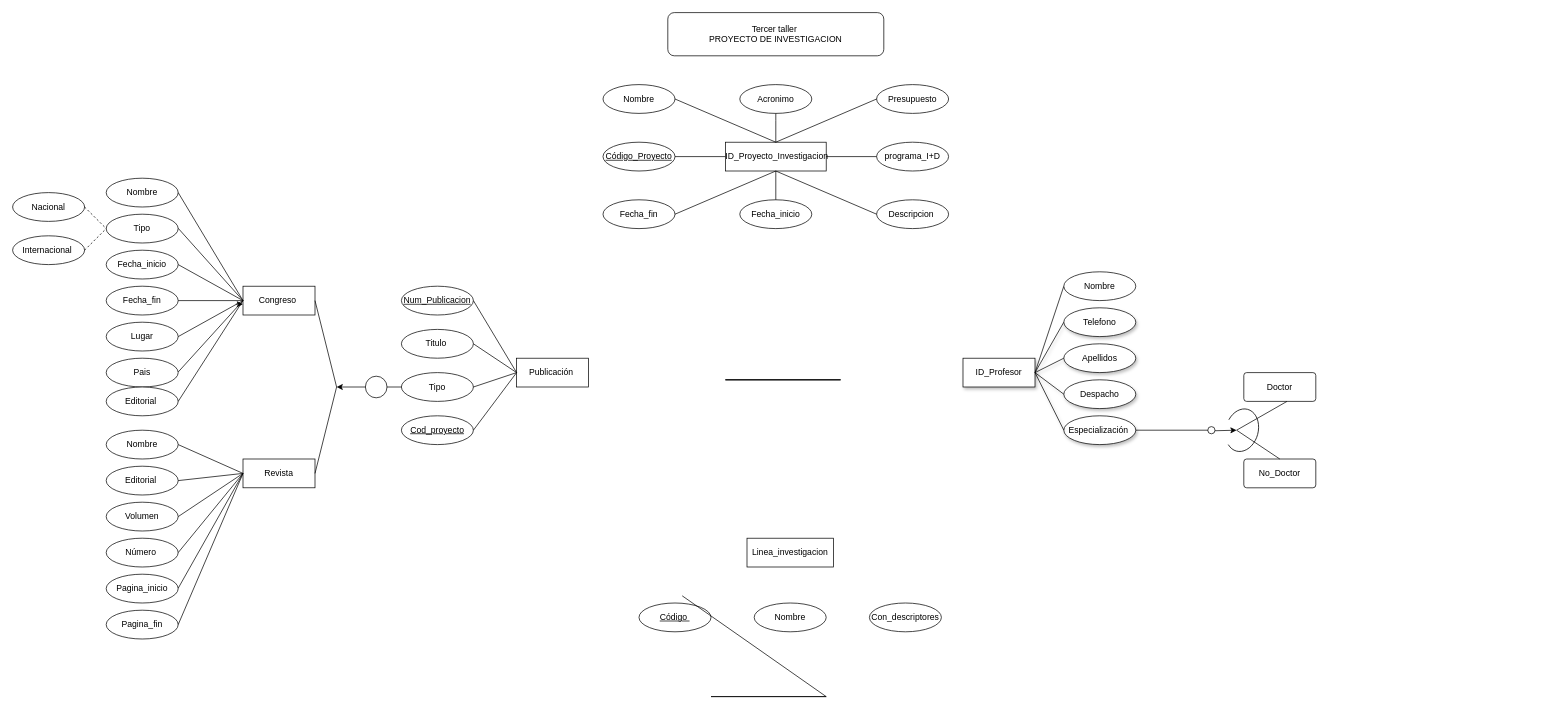
Above: requisitos de sofware/Taller3.drawio in TatianaDaza/uni (draw.io), before the change. Source tidied: cells renumbered, new cells numbered last; positions are measured from the earlier drawing's top-left corner, leaving out a move shared by most shapes. Both pictures are drawn from the tidied source at 72%, with x=0, y=0 at pixel (12, 12).
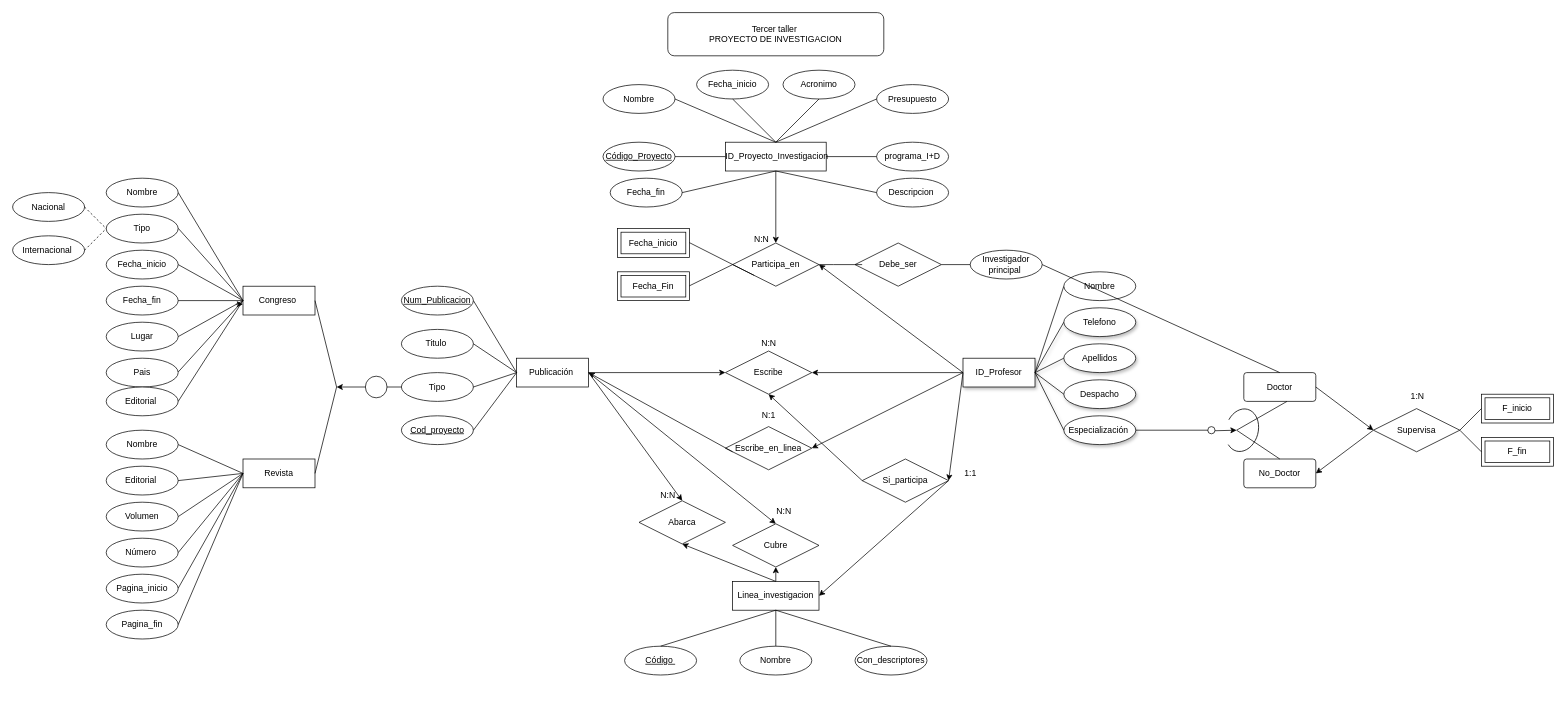
Above is the later version.

The change refers to these unchanged cells:
```xml
<mxCell id="4" value="&amp;nbsp;ID_Proyecto_Investigacion" style="whiteSpace=wrap;html=1;align=center;" parent="1" vertex="1">
  <mxGeometry x="990" y="180" width="140" height="40" as="geometry" />
</mxCell>
<mxCell id="21" value="ID_Profesor" style="whiteSpace=wrap;html=1;align=center;shadow=1;" parent="1" vertex="1">
  <mxGeometry x="1320" y="480" width="100" height="40" as="geometry" />
</mxCell>
<mxCell id="30" value="Publicación&amp;nbsp;" style="whiteSpace=wrap;html=1;align=center;" parent="1" vertex="1">
  <mxGeometry x="700" y="480" width="100" height="40" as="geometry" />
</mxCell>
<mxCell id="42" value="Doctor" style="rounded=1;arcSize=10;whiteSpace=wrap;html=1;align=center;" parent="1" vertex="1">
  <mxGeometry x="1710" y="500" width="100" height="40" as="geometry" />
</mxCell>
<mxCell id="43" value="No_Doctor" style="rounded=1;arcSize=10;whiteSpace=wrap;html=1;align=center;" parent="1" vertex="1">
  <mxGeometry x="1710" y="620" width="100" height="40" as="geometry" />
</mxCell>
```

Change to the diagram source:
```diff
@@
     <mxCell id="6" value="Fecha_inicio" style="ellipse;whiteSpace=wrap;html=1;align=center;" parent="1" vertex="1">
-      <mxGeometry x="1010" y="260" width="100" height="40" as="geometry" />
+      <mxGeometry x="950" y="80" width="100" height="40" as="geometry" />
     </mxCell>
     <mxCell id="7" value="Fecha_fin" style="ellipse;whiteSpace=wrap;html=1;align=center;" parent="1" vertex="1">
-      <mxGeometry x="820" y="260" width="100" height="40" as="geometry" />
+      <mxGeometry x="830" y="230" width="100" height="40" as="geometry" />
     </mxCell>
@@
     <mxCell id="9" value="Acronimo" style="ellipse;whiteSpace=wrap;html=1;align=center;" parent="1" vertex="1">
-      <mxGeometry x="1010" y="100" width="100" height="40" as="geometry" />
+      <mxGeometry x="1070" y="80" width="100" height="40" as="geometry" />
     </mxCell>
@@
     <mxCell id="12" value="Descripcion&amp;nbsp;" style="ellipse;whiteSpace=wrap;html=1;align=center;" parent="1" vertex="1">
-      <mxGeometry x="1200" y="260" width="100" height="40" as="geometry" />
+      <mxGeometry x="1200" y="230" width="100" height="40" as="geometry" />
     </mxCell>
@@
-    <mxCell id="15" style="endArrow=none;html=1;rounded=0;entryX=0.5;entryY=1;entryDx=0;entryDy=0;" parent="1" edge="1" source="4" target="9">
-      <mxGeometry relative="1" as="geometry">
-        <Array as="points">
-          <mxPoint x="1060" y="150" />
-        </Array>
-      </mxGeometry>
-    </mxCell>
@@
-    <mxCell id="20" style="endArrow=none;html=1;rounded=0;entryX=0.5;entryY=0;entryDx=0;entryDy=0;" parent="1" edge="1" source="4" target="6">
-      <mxGeometry relative="1" as="geometry" />
-    </mxCell>
@@
-    <mxCell id="36" style="endArrow=none;html=1;rounded=0;" parent="1" edge="1">
-      <mxGeometry relative="1" as="geometry">
-        <mxPoint x="990" y="510" as="sourcePoint" />
-        <mxPoint x="1150" y="510" as="targetPoint" />
-      </mxGeometry>
-    </mxCell>
-    <mxCell id="37" style="endArrow=none;html=1;rounded=0;" parent="1" edge="1">
-      <mxGeometry relative="1" as="geometry">
-        <mxPoint x="990" y="510" as="sourcePoint" />
-        <mxPoint x="1150" y="510" as="targetPoint" />
-      </mxGeometry>
-    </mxCell>
-    <mxCell id="38" style="endArrow=none;html=1;rounded=0;" parent="1" edge="1">
-      <mxGeometry relative="1" as="geometry">
-        <mxPoint x="990" y="510" as="sourcePoint" />
-        <mxPoint x="1150" y="510" as="targetPoint" />
-      </mxGeometry>
-    </mxCell>
@@
     <mxCell id="90" value="Linea_investigacion" style="whiteSpace=wrap;html=1;align=center;" parent="1" vertex="1">
-      <mxGeometry x="1020" y="730" width="120" height="40" as="geometry" />
+      <mxGeometry x="1000" y="790" width="120" height="40" as="geometry" />
     </mxCell>
     <mxCell id="91" value="Con_descriptores" style="ellipse;whiteSpace=wrap;html=1;align=center;" parent="1" vertex="1">
-      <mxGeometry x="1190" y="820" width="100" height="40" as="geometry" />
+      <mxGeometry x="1170" y="880" width="100" height="40" as="geometry" />
     </mxCell>
     <mxCell id="92" value="Nombre" style="ellipse;whiteSpace=wrap;html=1;align=center;" parent="1" vertex="1">
-      <mxGeometry x="1030" y="820" width="100" height="40" as="geometry" />
+      <mxGeometry x="1010" y="880" width="100" height="40" as="geometry" />
     </mxCell>
     <mxCell id="93" value="&lt;u&gt;Código&amp;nbsp;&lt;/u&gt;" style="ellipse;whiteSpace=wrap;html=1;align=center;" parent="1" vertex="1">
-      <mxGeometry x="870" y="820" width="100" height="40" as="geometry" />
+      <mxGeometry x="850" y="880" width="100" height="40" as="geometry" />
     </mxCell>
-    <mxCell id="94" style="endArrow=none;html=1;rounded=0;" parent="1" edge="1">
+    <mxCell id="94" style="endArrow=none;html=1;rounded=0;entryX=0.5;entryY=0;entryDx=0;entryDy=0;" parent="1" edge="1" target="92">
       <mxGeometry relative="1" as="geometry">
-        <mxPoint x="970" y="950" as="sourcePoint" />
-        <mxPoint x="1130" y="950" as="targetPoint" />
+        <mxPoint x="1060" y="830" as="sourcePoint" />
       </mxGeometry>
     </mxCell>
-    <mxCell id="95" style="endArrow=none;html=1;rounded=0;" parent="1" edge="1">
+    <mxCell id="95" style="endArrow=none;html=1;rounded=0;entryX=0.5;entryY=0;entryDx=0;entryDy=0;" parent="1" edge="1" target="91">
       <mxGeometry relative="1" as="geometry">
-        <mxPoint x="970" y="950" as="sourcePoint" />
-        <mxPoint x="1130" y="950" as="targetPoint" />
+        <mxPoint x="1060" y="830" as="sourcePoint" />
       </mxGeometry>
     </mxCell>
-    <mxCell id="96" style="endArrow=none;html=1;rounded=0;" parent="1" edge="1">
-      <mxGeometry relative="1" as="geometry">
-        <mxPoint x="930" y="810" as="sourcePoint" />
-        <mxPoint x="1130" y="950" as="targetPoint" />
-      </mxGeometry>
+    <mxCell id="96" style="endArrow=none;html=1;rounded=0;exitX=0.5;exitY=0;exitDx=0;exitDy=0;entryX=0.5;entryY=1;entryDx=0;entryDy=0;" parent="1" edge="1" source="93" target="90">
+      <mxGeometry relative="1" as="geometry" />
     </mxCell>
+    <mxCell id="97" value="Supervisa" style="shape=rhombus;perimeter=rhombusPerimeter;whiteSpace=wrap;html=1;align=center;" parent="1" vertex="1">
+      <mxGeometry x="1890" y="550" width="120" height="60" as="geometry" />
+    </mxCell>
+    <mxCell id="98" value="Escribe" style="shape=rhombus;perimeter=rhombusPerimeter;whiteSpace=wrap;html=1;align=center;" parent="1" vertex="1">
+      <mxGeometry x="990" y="470" width="120" height="60" as="geometry" />
+    </mxCell>
+    <mxCell id="99" value="Participa_en" style="shape=rhombus;perimeter=rhombusPerimeter;whiteSpace=wrap;html=1;align=center;" parent="1" vertex="1">
+      <mxGeometry x="1000" y="320" width="120" height="60" as="geometry" />
+    </mxCell>
+    <mxCell id="100" value="Cubre" style="shape=rhombus;perimeter=rhombusPerimeter;whiteSpace=wrap;html=1;align=center;" parent="1" vertex="1">
+      <mxGeometry x="1000" y="710" width="120" height="60" as="geometry" />
+    </mxCell>
+    <mxCell id="101" value="Escribe_en_linea" style="shape=rhombus;perimeter=rhombusPerimeter;whiteSpace=wrap;html=1;align=center;" parent="1" vertex="1">
+      <mxGeometry x="990" y="575" width="120" height="60" as="geometry" />
+    </mxCell>
+    <mxCell id="102" value="Si_participa" style="shape=rhombus;perimeter=rhombusPerimeter;whiteSpace=wrap;html=1;align=center;" parent="1" vertex="1">
+      <mxGeometry x="1180" y="620" width="120" height="60" as="geometry" />
+    </mxCell>
+    <mxCell id="103" style="endArrow=classic;html=1;rounded=0;exitX=0;exitY=0.5;exitDx=0;exitDy=0;entryX=1;entryY=0.5;entryDx=0;entryDy=0;" parent="1" edge="1" source="21" target="99">
+      <mxGeometry relative="1" as="geometry" />
+    </mxCell>
+    <mxCell id="104" style="endArrow=classic;html=1;rounded=0;" parent="1" edge="1">
+      <mxGeometry relative="1" as="geometry">
+        <mxPoint x="1060" y="220" as="sourcePoint" />
+        <mxPoint x="1060" y="320" as="targetPoint" />
+      </mxGeometry>
+    </mxCell>
+    <mxCell id="105" value="N:N" style="text;html=1;align=center;verticalAlign=middle;strokeColor=none;fillColor=none;" parent="1" vertex="1">
+      <mxGeometry x="1020" y="300" width="40" height="30" as="geometry" />
+    </mxCell>
+    <mxCell id="106" style="endArrow=none;html=1;rounded=0;exitX=0.5;exitY=1;exitDx=0;exitDy=0;" parent="1" edge="1" source="6">
+      <mxGeometry relative="1" as="geometry">
+        <mxPoint x="1060" y="180" as="targetPoint" />
+      </mxGeometry>
+    </mxCell>
+    <mxCell id="107" style="endArrow=none;html=1;rounded=0;entryX=0.5;entryY=1;entryDx=0;entryDy=0;entryPerimeter=0;" parent="1" edge="1" target="9">
+      <mxGeometry relative="1" as="geometry">
+        <mxPoint x="1060" y="180" as="sourcePoint" />
+      </mxGeometry>
+    </mxCell>
+    <mxCell id="108" value="Fecha_inicio" style="shape=ext;margin=3;double=1;whiteSpace=wrap;html=1;align=center;" parent="1" vertex="1">
+      <mxGeometry x="840" y="300" width="100" height="40" as="geometry" />
+    </mxCell>
+    <mxCell id="109" value="Fecha_Fin" style="shape=ext;margin=3;double=1;whiteSpace=wrap;html=1;align=center;" parent="1" vertex="1">
+      <mxGeometry x="840" y="360" width="100" height="40" as="geometry" />
+    </mxCell>
+    <mxCell id="110" style="endArrow=none;html=1;rounded=0;entryX=0;entryY=0.5;entryDx=0;entryDy=0;" parent="1" edge="1" target="99">
+      <mxGeometry relative="1" as="geometry">
+        <mxPoint x="940" y="379.5" as="sourcePoint" />
+      </mxGeometry>
+    </mxCell>
+    <mxCell id="111" style="endArrow=none;html=1;rounded=0;entryX=0;entryY=1;entryDx=0;entryDy=0;" parent="1" edge="1" target="99">
+      <mxGeometry relative="1" as="geometry">
+        <mxPoint x="940" y="319.5" as="sourcePoint" />
+      </mxGeometry>
+    </mxCell>
+    <mxCell id="112" value="Investigador principal&amp;nbsp;" style="ellipse;whiteSpace=wrap;html=1;align=center;" parent="1" vertex="1">
+      <mxGeometry x="1330" y="330" width="100" height="40" as="geometry" />
+    </mxCell>
+    <mxCell id="113" value="&lt;font style=&quot;color: light-dark(rgb(0, 0, 0), rgb(255, 0, 0));&quot;&gt;Debe_ser&lt;/font&gt;" style="shape=rhombus;perimeter=rhombusPerimeter;whiteSpace=wrap;html=1;align=center;fillColor=light-dark(#FFFFFF,#FFFFFF);" parent="1" vertex="1">
+      <mxGeometry x="1170" y="320" width="120" height="60" as="geometry" />
+    </mxCell>
+    <mxCell id="114" style="endArrow=none;html=1;rounded=0;entryX=0.083;entryY=0.5;entryDx=0;entryDy=0;entryPerimeter=0;" parent="1" edge="1" target="113">
+      <mxGeometry relative="1" as="geometry">
+        <mxPoint x="1120" y="350" as="sourcePoint" />
+        <Array as="points">
+          <mxPoint x="1140" y="350" />
+        </Array>
+      </mxGeometry>
+    </mxCell>
+    <mxCell id="115" style="endArrow=none;html=1;rounded=0;exitX=1;exitY=0.5;exitDx=0;exitDy=0;" parent="1" edge="1" source="113" target="112">
+      <mxGeometry relative="1" as="geometry" />
+    </mxCell>
+    <mxCell id="116" style="endArrow=none;html=1;rounded=0;entryX=0.5;entryY=0;entryDx=0;entryDy=0;exitX=1;exitY=0.5;exitDx=0;exitDy=0;" parent="1" edge="1" source="112" target="42">
+      <mxGeometry relative="1" as="geometry" />
+    </mxCell>
+    <mxCell id="117" style="endArrow=classic;html=1;rounded=0;entryX=1;entryY=0.5;entryDx=0;entryDy=0;" parent="1" edge="1" target="43">
+      <mxGeometry relative="1" as="geometry">
+        <mxPoint x="1890" y="580" as="sourcePoint" />
+      </mxGeometry>
+    </mxCell>
+    <mxCell id="118" style="endArrow=classic;html=1;rounded=0;exitX=1;exitY=0.5;exitDx=0;exitDy=0;entryX=0;entryY=0.5;entryDx=0;entryDy=0;" parent="1" edge="1" source="42" target="97">
+      <mxGeometry relative="1" as="geometry" />
+    </mxCell>
+    <mxCell id="119" value="1:N" style="text;html=1;align=center;verticalAlign=middle;strokeColor=none;fillColor=none;" parent="1" vertex="1">
+      <mxGeometry x="1931" y="518" width="40" height="30" as="geometry" />
+    </mxCell>
+    <mxCell id="120" value="F_fin" style="shape=ext;margin=3;double=1;whiteSpace=wrap;html=1;align=center;" parent="1" vertex="1">
+      <mxGeometry x="2040" y="590" width="100" height="40" as="geometry" />
+    </mxCell>
+    <mxCell id="121" value="F_inicio" style="shape=ext;margin=3;double=1;whiteSpace=wrap;html=1;align=center;" parent="1" vertex="1">
+      <mxGeometry x="2040" y="530" width="100" height="40" as="geometry" />
+    </mxCell>
+    <mxCell id="122" style="endArrow=none;html=1;rounded=0;entryX=0;entryY=0.5;entryDx=0;entryDy=0;" parent="1" edge="1" target="120">
+      <mxGeometry relative="1" as="geometry">
+        <mxPoint x="2010" y="580" as="sourcePoint" />
+      </mxGeometry>
+    </mxCell>
+    <mxCell id="123" style="endArrow=none;html=1;rounded=0;entryX=0;entryY=0.5;entryDx=0;entryDy=0;" parent="1" edge="1" target="121">
+      <mxGeometry relative="1" as="geometry">
+        <mxPoint x="2010" y="580" as="sourcePoint" />
+      </mxGeometry>
+    </mxCell>
+    <mxCell id="124" style="endArrow=classic;html=1;rounded=0;entryX=1;entryY=0.5;entryDx=0;entryDy=0;" parent="1" edge="1" target="90">
+      <mxGeometry relative="1" as="geometry">
+        <mxPoint x="1300" y="650" as="sourcePoint" />
+      </mxGeometry>
+    </mxCell>
+    <mxCell id="125" style="endArrow=classic;html=1;rounded=0;exitX=1;exitY=0.5;exitDx=0;exitDy=0;" parent="1" edge="1" source="30">
+      <mxGeometry relative="1" as="geometry">
+        <mxPoint x="990" y="500" as="targetPoint" />
+      </mxGeometry>
+    </mxCell>
+    <mxCell id="126" style="endArrow=classic;html=1;rounded=0;entryX=1;entryY=0.5;entryDx=0;entryDy=0;entryPerimeter=0;" parent="1" edge="1" target="98">
+      <mxGeometry relative="1" as="geometry">
+        <mxPoint x="1320" y="500" as="sourcePoint" />
+      </mxGeometry>
+    </mxCell>
+    <mxCell id="127" style="endArrow=classic;html=1;rounded=0;entryX=1;entryY=0.5;entryDx=0;entryDy=0;" parent="1" edge="1" target="102">
+      <mxGeometry relative="1" as="geometry">
+        <mxPoint x="1320" y="500" as="sourcePoint" />
+      </mxGeometry>
+    </mxCell>
+    <mxCell id="128" value="1:1" style="text;html=1;align=center;verticalAlign=middle;strokeColor=none;fillColor=none;" parent="1" vertex="1">
+      <mxGeometry x="1310" y="625" width="40" height="30" as="geometry" />
+    </mxCell>
+    <mxCell id="129" style="endArrow=classic;html=1;rounded=0;entryX=0.5;entryY=1;entryDx=0;entryDy=0;" parent="1" edge="1" target="98">
+      <mxGeometry relative="1" as="geometry">
+        <mxPoint x="1180" y="650" as="sourcePoint" />
+      </mxGeometry>
+    </mxCell>
+    <mxCell id="130" value="N:N" style="text;html=1;align=center;verticalAlign=middle;strokeColor=none;fillColor=none;" parent="1" vertex="1">
+      <mxGeometry x="1030" y="445" width="40" height="30" as="geometry" />
+    </mxCell>
+    <mxCell id="131" style="endArrow=classic;html=1;rounded=0;exitX=0.5;exitY=0;exitDx=0;exitDy=0;" parent="1" edge="1" source="90">
+      <mxGeometry relative="1" as="geometry">
+        <mxPoint x="1060" y="770" as="targetPoint" />
+      </mxGeometry>
+    </mxCell>
+    <mxCell id="132" style="endArrow=classic;html=1;rounded=0;entryX=0.5;entryY=0;entryDx=0;entryDy=0;" parent="1" edge="1" target="100">
+      <mxGeometry relative="1" as="geometry">
+        <mxPoint x="800" y="500" as="sourcePoint" />
+      </mxGeometry>
+    </mxCell>
+    <mxCell id="133" value="N:N" style="text;html=1;align=center;verticalAlign=middle;strokeColor=none;fillColor=none;" parent="1" vertex="1">
+      <mxGeometry x="1051" y="678" width="40" height="30" as="geometry" />
+    </mxCell>
+    <mxCell id="134" style="endArrow=classic;html=1;rounded=0;exitX=0.083;exitY=0.583;exitDx=0;exitDy=0;exitPerimeter=0;" parent="1" edge="1" source="101">
+      <mxGeometry relative="1" as="geometry">
+        <mxPoint x="800" y="500" as="targetPoint" />
+      </mxGeometry>
+    </mxCell>
+    <mxCell id="135" style="endArrow=classic;html=1;rounded=0;entryX=1;entryY=0.5;entryDx=0;entryDy=0;" parent="1" edge="1" target="101">
+      <mxGeometry relative="1" as="geometry">
+        <mxPoint x="1320" y="500" as="sourcePoint" />
+      </mxGeometry>
+    </mxCell>
+    <mxCell id="136" value="N:1" style="text;html=1;align=center;verticalAlign=middle;strokeColor=none;fillColor=none;" parent="1" vertex="1">
+      <mxGeometry x="1030" y="545" width="40" height="30" as="geometry" />
+    </mxCell>
+    <mxCell id="137" style="endArrow=classic;html=1;rounded=0;entryX=0.5;entryY=0;entryDx=0;entryDy=0;" parent="1" edge="1" target="138">
+      <mxGeometry relative="1" as="geometry">
+        <mxPoint x="800" y="500" as="sourcePoint" />
+      </mxGeometry>
+    </mxCell>
+    <mxCell id="138" value="Abarca" style="shape=rhombus;perimeter=rhombusPerimeter;whiteSpace=wrap;html=1;align=center;" parent="1" vertex="1">
+      <mxGeometry x="870" y="678" width="120" height="60" as="geometry" />
+    </mxCell>
+    <mxCell id="139" style="endArrow=classic;html=1;rounded=0;entryX=0.5;entryY=1;entryDx=0;entryDy=0;" parent="1" edge="1" target="138">
+      <mxGeometry relative="1" as="geometry">
+        <mxPoint x="1060" y="790" as="sourcePoint" />
+      </mxGeometry>
+    </mxCell>
+    <mxCell id="140" value="N:N" style="text;html=1;align=center;verticalAlign=middle;strokeColor=none;fillColor=none;" parent="1" vertex="1">
+      <mxGeometry x="890" y="655" width="40" height="30" as="geometry" />
+    </mxCell>
```
